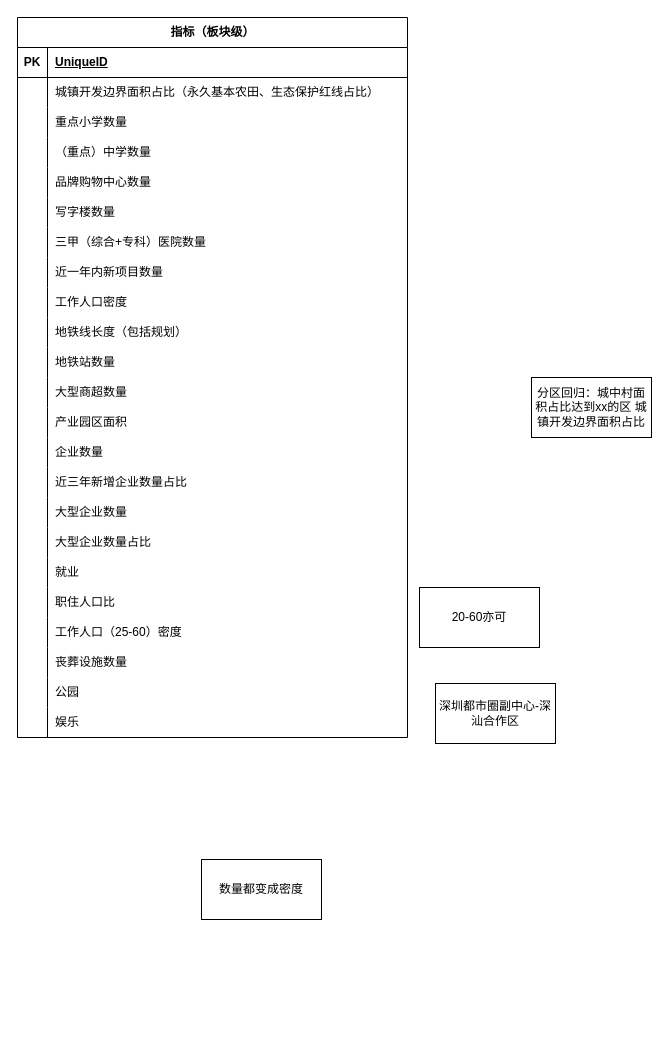
Earlier version of the draw.io diagram 未命名绘图.drawio (Claudi-cy/Shenzhen_real-estate). Source tidied: cells renumbered, new cells numbered last; positions are measured from the earlier drawing's top-left corner, leaving out a move shared by most shapes. Both pictures are drawn from the tidied source at 100%, with x=0, y=0 at pixel (17, 17).
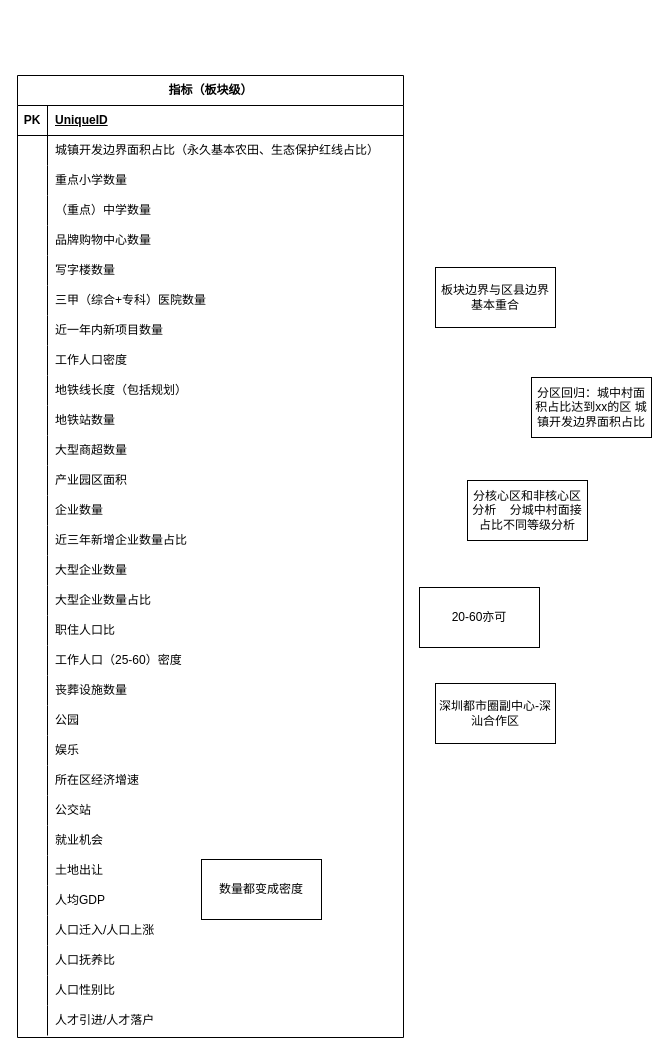
After the change.

Commit message:
更新未命名绘图.drawio

Diff of the diagram source:
```diff
@@
     <mxCell id="2" value="指标（板块级）" style="shape=table;startSize=30;childLayout=tableLayout;rowLines=0;fontStyle=1;align=center;html=1;" parent="1" vertex="1">
-      <mxGeometry width="390" height="720" as="geometry" />
+      <mxGeometry y="58" width="386" height="962" as="geometry" />
     </mxCell>
     <mxCell id="3" style="shape=tableRow;horizontal=0;startSize=0;swimlaneHead=0;swimlaneBody=0;fillColor=none;top=0;left=0;right=0;bottom=1;" parent="2" vertex="1">
-      <mxGeometry y="30" width="390" height="30" as="geometry" />
+      <mxGeometry y="30" width="386" height="30" as="geometry" />
     </mxCell>
@@
     <mxCell id="5" value="UniqueID" style="shape=partialRectangle;fillColor=none;top=0;left=0;bottom=0;right=0;align=left;spacingLeft=6;fontStyle=5;overflow=hidden;whiteSpace=wrap;html=1;" parent="3" vertex="1">
-      <mxGeometry x="30" width="360" height="30" as="geometry" />
+      <mxGeometry x="30" width="356" height="30" as="geometry" />
     </mxCell>
     <mxCell id="6" style="shape=tableRow;horizontal=0;startSize=0;swimlaneHead=0;swimlaneBody=0;fillColor=none;top=0;left=0;right=0;bottom=0;" parent="2" vertex="1">
-      <mxGeometry y="60" width="390" height="30" as="geometry" />
+      <mxGeometry y="60" width="386" height="30" as="geometry" />
     </mxCell>
@@
     <mxCell id="8" value="城镇开发边界面积占比（永久基本农田、生态保护红线占比）" style="shape=partialRectangle;fillColor=none;top=0;left=0;bottom=0;right=0;align=left;spacingLeft=6;overflow=hidden;whiteSpace=wrap;html=1;" parent="6" vertex="1">
-      <mxGeometry x="30" width="360" height="30" as="geometry" />
+      <mxGeometry x="30" width="356" height="30" as="geometry" />
     </mxCell>
     <mxCell id="9" style="shape=tableRow;horizontal=0;startSize=0;swimlaneHead=0;swimlaneBody=0;fillColor=none;top=0;left=0;right=0;bottom=0;" parent="2" vertex="1">
-      <mxGeometry y="90" width="390" height="30" as="geometry" />
+      <mxGeometry y="90" width="386" height="30" as="geometry" />
     </mxCell>
@@
     <mxCell id="11" value="重点小学数量" style="shape=partialRectangle;fillColor=none;top=0;left=0;bottom=0;right=0;align=left;spacingLeft=6;overflow=hidden;whiteSpace=wrap;html=1;" parent="9" vertex="1">
-      <mxGeometry x="30" width="360" height="30" as="geometry" />
+      <mxGeometry x="30" width="356" height="30" as="geometry" />
     </mxCell>
     <mxCell id="12" style="shape=tableRow;horizontal=0;startSize=0;swimlaneHead=0;swimlaneBody=0;fillColor=none;top=0;left=0;right=0;bottom=0;" parent="2" vertex="1">
-      <mxGeometry y="120" width="390" height="30" as="geometry" />
+      <mxGeometry y="120" width="386" height="30" as="geometry" />
     </mxCell>
@@
     <mxCell id="14" value="（重点）中学数量" style="shape=partialRectangle;fillColor=none;top=0;left=0;bottom=0;right=0;align=left;spacingLeft=6;overflow=hidden;whiteSpace=wrap;html=1;" parent="12" vertex="1">
-      <mxGeometry x="30" width="360" height="30" as="geometry" />
+      <mxGeometry x="30" width="356" height="30" as="geometry" />
     </mxCell>
     <mxCell id="15" style="shape=tableRow;horizontal=0;startSize=0;swimlaneHead=0;swimlaneBody=0;fillColor=none;top=0;left=0;right=0;bottom=0;" parent="2" vertex="1">
-      <mxGeometry y="150" width="390" height="30" as="geometry" />
+      <mxGeometry y="150" width="386" height="30" as="geometry" />
     </mxCell>
@@
     <mxCell id="17" value="品牌购物中心数量" style="shape=partialRectangle;fillColor=none;top=0;left=0;bottom=0;right=0;align=left;spacingLeft=6;overflow=hidden;whiteSpace=wrap;html=1;" parent="15" vertex="1">
-      <mxGeometry x="30" width="360" height="30" as="geometry" />
+      <mxGeometry x="30" width="356" height="30" as="geometry" />
     </mxCell>
     <mxCell id="18" style="shape=tableRow;horizontal=0;startSize=0;swimlaneHead=0;swimlaneBody=0;fillColor=none;top=0;left=0;right=0;bottom=0;" parent="2" vertex="1">
-      <mxGeometry y="180" width="390" height="30" as="geometry" />
+      <mxGeometry y="180" width="386" height="30" as="geometry" />
     </mxCell>
@@
     <mxCell id="20" value="写字楼数量" style="shape=partialRectangle;fillColor=none;top=0;left=0;bottom=0;right=0;align=left;spacingLeft=6;overflow=hidden;whiteSpace=wrap;html=1;" parent="18" vertex="1">
-      <mxGeometry x="30" width="360" height="30" as="geometry" />
+      <mxGeometry x="30" width="356" height="30" as="geometry" />
     </mxCell>
     <mxCell id="21" style="shape=tableRow;horizontal=0;startSize=0;swimlaneHead=0;swimlaneBody=0;fillColor=none;top=0;left=0;right=0;bottom=0;" parent="2" vertex="1">
-      <mxGeometry y="210" width="390" height="30" as="geometry" />
+      <mxGeometry y="210" width="386" height="30" as="geometry" />
     </mxCell>
@@
     <mxCell id="23" value="三甲（综合+专科）医院数量" style="shape=partialRectangle;fillColor=none;top=0;left=0;bottom=0;right=0;align=left;spacingLeft=6;overflow=hidden;whiteSpace=wrap;html=1;" parent="21" vertex="1">
-      <mxGeometry x="30" width="360" height="30" as="geometry" />
+      <mxGeometry x="30" width="356" height="30" as="geometry" />
     </mxCell>
     <mxCell id="24" style="shape=tableRow;horizontal=0;startSize=0;swimlaneHead=0;swimlaneBody=0;fillColor=none;top=0;left=0;right=0;bottom=0;" parent="2" vertex="1">
-      <mxGeometry y="240" width="390" height="30" as="geometry" />
+      <mxGeometry y="240" width="386" height="30" as="geometry" />
     </mxCell>
@@
     <mxCell id="26" value="近一年内新项目数量" style="shape=partialRectangle;fillColor=none;top=0;left=0;bottom=0;right=0;align=left;spacingLeft=6;overflow=hidden;whiteSpace=wrap;html=1;" parent="24" vertex="1">
-      <mxGeometry x="30" width="360" height="30" as="geometry" />
+      <mxGeometry x="30" width="356" height="30" as="geometry" />
     </mxCell>
     <mxCell id="27" style="shape=tableRow;horizontal=0;startSize=0;swimlaneHead=0;swimlaneBody=0;fillColor=none;top=0;left=0;right=0;bottom=0;" parent="2" vertex="1">
-      <mxGeometry y="270" width="390" height="30" as="geometry" />
+      <mxGeometry y="270" width="386" height="30" as="geometry" />
     </mxCell>
@@
     <mxCell id="29" value="工作人口密度" style="shape=partialRectangle;fillColor=none;top=0;left=0;bottom=0;right=0;align=left;spacingLeft=6;overflow=hidden;whiteSpace=wrap;html=1;" parent="27" vertex="1">
-      <mxGeometry x="30" width="360" height="30" as="geometry" />
+      <mxGeometry x="30" width="356" height="30" as="geometry" />
     </mxCell>
     <mxCell id="30" style="shape=tableRow;horizontal=0;startSize=0;swimlaneHead=0;swimlaneBody=0;fillColor=none;top=0;left=0;right=0;bottom=0;" parent="2" vertex="1">
-      <mxGeometry y="300" width="390" height="30" as="geometry" />
+      <mxGeometry y="300" width="386" height="30" as="geometry" />
     </mxCell>
@@
     <mxCell id="32" value="地铁线长度（包括规划）" style="shape=partialRectangle;fillColor=none;top=0;left=0;bottom=0;right=0;align=left;spacingLeft=6;overflow=hidden;whiteSpace=wrap;html=1;" parent="30" vertex="1">
-      <mxGeometry x="30" width="360" height="30" as="geometry" />
+      <mxGeometry x="30" width="356" height="30" as="geometry" />
     </mxCell>
     <mxCell id="33" style="shape=tableRow;horizontal=0;startSize=0;swimlaneHead=0;swimlaneBody=0;fillColor=none;top=0;left=0;right=0;bottom=0;" parent="2" vertex="1">
-      <mxGeometry y="330" width="390" height="30" as="geometry" />
+      <mxGeometry y="330" width="386" height="30" as="geometry" />
     </mxCell>
@@
     <mxCell id="35" value="地铁站数量" style="shape=partialRectangle;fillColor=none;top=0;left=0;bottom=0;right=0;align=left;spacingLeft=6;overflow=hidden;whiteSpace=wrap;html=1;" parent="33" vertex="1">
-      <mxGeometry x="30" width="360" height="30" as="geometry" />
+      <mxGeometry x="30" width="356" height="30" as="geometry" />
     </mxCell>
     <mxCell id="36" style="shape=tableRow;horizontal=0;startSize=0;swimlaneHead=0;swimlaneBody=0;fillColor=none;top=0;left=0;right=0;bottom=0;" parent="2" vertex="1">
-      <mxGeometry y="360" width="390" height="30" as="geometry" />
+      <mxGeometry y="360" width="386" height="30" as="geometry" />
     </mxCell>
@@
     <mxCell id="38" value="大型商超数量" style="shape=partialRectangle;fillColor=none;top=0;left=0;bottom=0;right=0;align=left;spacingLeft=6;overflow=hidden;whiteSpace=wrap;html=1;" parent="36" vertex="1">
-      <mxGeometry x="30" width="360" height="30" as="geometry" />
+      <mxGeometry x="30" width="356" height="30" as="geometry" />
     </mxCell>
     <mxCell id="39" style="shape=tableRow;horizontal=0;startSize=0;swimlaneHead=0;swimlaneBody=0;fillColor=none;top=0;left=0;right=0;bottom=0;" parent="2" vertex="1">
-      <mxGeometry y="390" width="390" height="30" as="geometry" />
+      <mxGeometry y="390" width="386" height="30" as="geometry" />
     </mxCell>
@@
     <mxCell id="41" value="产业园区面积" style="shape=partialRectangle;fillColor=none;top=0;left=0;bottom=0;right=0;align=left;spacingLeft=6;overflow=hidden;whiteSpace=wrap;html=1;" parent="39" vertex="1">
-      <mxGeometry x="30" width="360" height="30" as="geometry" />
+      <mxGeometry x="30" width="356" height="30" as="geometry" />
     </mxCell>
     <mxCell id="42" style="shape=tableRow;horizontal=0;startSize=0;swimlaneHead=0;swimlaneBody=0;fillColor=none;top=0;left=0;right=0;bottom=0;" parent="2" vertex="1">
-      <mxGeometry y="420" width="390" height="30" as="geometry" />
+      <mxGeometry y="420" width="386" height="30" as="geometry" />
     </mxCell>
@@
     <mxCell id="44" value="企业数量" style="shape=partialRectangle;fillColor=none;top=0;left=0;bottom=0;right=0;align=left;spacingLeft=6;overflow=hidden;whiteSpace=wrap;html=1;" parent="42" vertex="1">
-      <mxGeometry x="30" width="360" height="30" as="geometry" />
+      <mxGeometry x="30" width="356" height="30" as="geometry" />
     </mxCell>
     <mxCell id="45" style="shape=tableRow;horizontal=0;startSize=0;swimlaneHead=0;swimlaneBody=0;fillColor=none;top=0;left=0;right=0;bottom=0;" parent="2" vertex="1">
-      <mxGeometry y="450" width="390" height="30" as="geometry" />
+      <mxGeometry y="450" width="386" height="30" as="geometry" />
     </mxCell>
@@
     <mxCell id="47" value="近三年新增企业数量占比" style="shape=partialRectangle;fillColor=none;top=0;left=0;bottom=0;right=0;align=left;spacingLeft=6;overflow=hidden;whiteSpace=wrap;html=1;" parent="45" vertex="1">
-      <mxGeometry x="30" width="360" height="30" as="geometry" />
+      <mxGeometry x="30" width="356" height="30" as="geometry" />
     </mxCell>
     <mxCell id="48" style="shape=tableRow;horizontal=0;startSize=0;swimlaneHead=0;swimlaneBody=0;fillColor=none;top=0;left=0;right=0;bottom=0;" parent="2" vertex="1">
-      <mxGeometry y="480" width="390" height="30" as="geometry" />
+      <mxGeometry y="480" width="386" height="30" as="geometry" />
     </mxCell>
@@
     <mxCell id="50" value="大型企业数量" style="shape=partialRectangle;fillColor=none;top=0;left=0;bottom=0;right=0;align=left;spacingLeft=6;overflow=hidden;whiteSpace=wrap;html=1;" parent="48" vertex="1">
-      <mxGeometry x="30" width="360" height="30" as="geometry" />
+      <mxGeometry x="30" width="356" height="30" as="geometry" />
     </mxCell>
     <mxCell id="51" style="shape=tableRow;horizontal=0;startSize=0;swimlaneHead=0;swimlaneBody=0;fillColor=none;top=0;left=0;right=0;bottom=0;" parent="2" vertex="1">
-      <mxGeometry y="510" width="390" height="30" as="geometry" />
+      <mxGeometry y="510" width="386" height="30" as="geometry" />
     </mxCell>
@@
     <mxCell id="53" value="大型企业数量占比" style="shape=partialRectangle;fillColor=none;top=0;left=0;bottom=0;right=0;align=left;spacingLeft=6;overflow=hidden;whiteSpace=wrap;html=1;" parent="51" vertex="1">
-      <mxGeometry x="30" width="360" height="30" as="geometry" />
+      <mxGeometry x="30" width="356" height="30" as="geometry" />
     </mxCell>
-    <mxCell id="54" style="shape=tableRow;horizontal=0;startSize=0;swimlaneHead=0;swimlaneBody=0;fillColor=none;top=0;left=0;right=0;bottom=0;" parent="2" vertex="1">
-      <mxGeometry y="540" width="390" height="30" as="geometry" />
-    </mxCell>
-    <mxCell id="55" style="shape=partialRectangle;fillColor=none;top=0;left=0;bottom=0;right=0;overflow=hidden;whiteSpace=wrap;html=1;" parent="54" vertex="1">
-      <mxGeometry width="30" height="30" as="geometry" />
-    </mxCell>
-    <mxCell id="56" value="就业" style="shape=partialRectangle;fillColor=none;top=0;left=0;bottom=0;right=0;align=left;spacingLeft=6;overflow=hidden;whiteSpace=wrap;html=1;" parent="54" vertex="1">
-      <mxGeometry x="30" width="360" height="30" as="geometry" />
-    </mxCell>
     <mxCell id="57" style="shape=tableRow;horizontal=0;startSize=0;swimlaneHead=0;swimlaneBody=0;fillColor=none;top=0;left=0;right=0;bottom=0;" parent="2" vertex="1">
-      <mxGeometry y="570" width="390" height="30" as="geometry" />
+      <mxGeometry y="540" width="386" height="30" as="geometry" />
     </mxCell>
@@
     <mxCell id="59" value="职住人口比" style="shape=partialRectangle;fillColor=none;top=0;left=0;bottom=0;right=0;align=left;spacingLeft=6;overflow=hidden;whiteSpace=wrap;html=1;" parent="57" vertex="1">
-      <mxGeometry x="30" width="360" height="30" as="geometry" />
+      <mxGeometry x="30" width="356" height="30" as="geometry" />
     </mxCell>
     <mxCell id="60" style="shape=tableRow;horizontal=0;startSize=0;swimlaneHead=0;swimlaneBody=0;fillColor=none;top=0;left=0;right=0;bottom=0;" parent="2" vertex="1">
-      <mxGeometry y="600" width="390" height="30" as="geometry" />
+      <mxGeometry y="570" width="386" height="30" as="geometry" />
     </mxCell>
@@
     <mxCell id="62" value="工作人口（25-60）密度" style="shape=partialRectangle;fillColor=none;top=0;left=0;bottom=0;right=0;align=left;spacingLeft=6;overflow=hidden;whiteSpace=wrap;html=1;" parent="60" vertex="1">
-      <mxGeometry x="30" width="360" height="30" as="geometry" />
+      <mxGeometry x="30" width="356" height="30" as="geometry" />
     </mxCell>
     <mxCell id="63" style="shape=tableRow;horizontal=0;startSize=0;swimlaneHead=0;swimlaneBody=0;fillColor=none;top=0;left=0;right=0;bottom=0;" parent="2" vertex="1">
-      <mxGeometry y="630" width="390" height="30" as="geometry" />
+      <mxGeometry y="600" width="386" height="30" as="geometry" />
     </mxCell>
@@
     <mxCell id="65" value="丧葬设施数量" style="shape=partialRectangle;fillColor=none;top=0;left=0;bottom=0;right=0;align=left;spacingLeft=6;overflow=hidden;whiteSpace=wrap;html=1;" parent="63" vertex="1">
-      <mxGeometry x="30" width="360" height="30" as="geometry" />
+      <mxGeometry x="30" width="356" height="30" as="geometry" />
     </mxCell>
     <mxCell id="66" style="shape=tableRow;horizontal=0;startSize=0;swimlaneHead=0;swimlaneBody=0;fillColor=none;top=0;left=0;right=0;bottom=0;" parent="2" vertex="1">
-      <mxGeometry y="660" width="390" height="30" as="geometry" />
+      <mxGeometry y="630" width="386" height="30" as="geometry" />
     </mxCell>
@@
     <mxCell id="68" value="公园" style="shape=partialRectangle;fillColor=none;top=0;left=0;bottom=0;right=0;align=left;spacingLeft=6;overflow=hidden;whiteSpace=wrap;html=1;" parent="66" vertex="1">
-      <mxGeometry x="30" width="360" height="30" as="geometry" />
+      <mxGeometry x="30" width="356" height="30" as="geometry" />
     </mxCell>
     <mxCell id="69" style="shape=tableRow;horizontal=0;startSize=0;swimlaneHead=0;swimlaneBody=0;fillColor=none;top=0;left=0;right=0;bottom=0;" parent="2" vertex="1">
-      <mxGeometry y="690" width="390" height="30" as="geometry" />
+      <mxGeometry y="660" width="386" height="30" as="geometry" />
     </mxCell>
@@
     <mxCell id="71" value="娱乐" style="shape=partialRectangle;fillColor=none;top=0;left=0;bottom=0;right=0;align=left;spacingLeft=6;overflow=hidden;whiteSpace=wrap;html=1;" parent="69" vertex="1">
-      <mxGeometry x="30" width="360" height="30" as="geometry" />
+      <mxGeometry x="30" width="356" height="30" as="geometry" />
     </mxCell>
+    <mxCell id="76" style="shape=tableRow;horizontal=0;startSize=0;swimlaneHead=0;swimlaneBody=0;fillColor=none;top=0;left=0;right=0;bottom=0;" parent="2" vertex="1">
+      <mxGeometry y="690" width="386" height="30" as="geometry" />
+    </mxCell>
+    <mxCell id="77" style="shape=partialRectangle;fillColor=none;top=0;left=0;bottom=0;right=0;overflow=hidden;whiteSpace=wrap;html=1;" parent="76" vertex="1">
+      <mxGeometry width="30" height="30" as="geometry" />
+    </mxCell>
+    <mxCell id="78" value="所在区经济增速" style="shape=partialRectangle;fillColor=none;top=0;left=0;bottom=0;right=0;align=left;spacingLeft=6;overflow=hidden;whiteSpace=wrap;html=1;" parent="76" vertex="1">
+      <mxGeometry x="30" width="356" height="30" as="geometry" />
+    </mxCell>
+    <mxCell id="79" style="shape=tableRow;horizontal=0;startSize=0;swimlaneHead=0;swimlaneBody=0;fillColor=none;top=0;left=0;right=0;bottom=0;" parent="2" vertex="1">
+      <mxGeometry y="720" width="386" height="30" as="geometry" />
+    </mxCell>
+    <mxCell id="80" style="shape=partialRectangle;fillColor=none;top=0;left=0;bottom=0;right=0;overflow=hidden;whiteSpace=wrap;html=1;" parent="79" vertex="1">
+      <mxGeometry width="30" height="30" as="geometry" />
+    </mxCell>
+    <mxCell id="81" value="公交站" style="shape=partialRectangle;fillColor=none;top=0;left=0;bottom=0;right=0;align=left;spacingLeft=6;overflow=hidden;whiteSpace=wrap;html=1;" parent="79" vertex="1">
+      <mxGeometry x="30" width="356" height="30" as="geometry" />
+    </mxCell>
+    <mxCell id="82" style="shape=tableRow;horizontal=0;startSize=0;swimlaneHead=0;swimlaneBody=0;fillColor=none;top=0;left=0;right=0;bottom=0;" parent="2" vertex="1">
+      <mxGeometry y="750" width="386" height="30" as="geometry" />
+    </mxCell>
+    <mxCell id="83" style="shape=partialRectangle;fillColor=none;top=0;left=0;bottom=0;right=0;overflow=hidden;whiteSpace=wrap;html=1;" parent="82" vertex="1">
+      <mxGeometry width="30" height="30" as="geometry" />
+    </mxCell>
+    <mxCell id="84" value="就业机会" style="shape=partialRectangle;fillColor=none;top=0;left=0;bottom=0;right=0;align=left;spacingLeft=6;overflow=hidden;whiteSpace=wrap;html=1;" parent="82" vertex="1">
+      <mxGeometry x="30" width="356" height="30" as="geometry" />
+    </mxCell>
+    <mxCell id="85" style="shape=tableRow;horizontal=0;startSize=0;swimlaneHead=0;swimlaneBody=0;fillColor=none;top=0;left=0;right=0;bottom=0;" parent="2" vertex="1">
+      <mxGeometry y="780" width="386" height="30" as="geometry" />
+    </mxCell>
+    <mxCell id="86" style="shape=partialRectangle;fillColor=none;top=0;left=0;bottom=0;right=0;overflow=hidden;whiteSpace=wrap;html=1;" parent="85" vertex="1">
+      <mxGeometry width="30" height="30" as="geometry" />
+    </mxCell>
+    <mxCell id="87" value="土地出让" style="shape=partialRectangle;fillColor=none;top=0;left=0;bottom=0;right=0;align=left;spacingLeft=6;overflow=hidden;whiteSpace=wrap;html=1;" parent="85" vertex="1">
+      <mxGeometry x="30" width="356" height="30" as="geometry" />
+    </mxCell>
+    <mxCell id="88" style="shape=tableRow;horizontal=0;startSize=0;swimlaneHead=0;swimlaneBody=0;fillColor=none;top=0;left=0;right=0;bottom=0;" parent="2" vertex="1">
+      <mxGeometry y="810" width="386" height="30" as="geometry" />
+    </mxCell>
+    <mxCell id="89" style="shape=partialRectangle;fillColor=none;top=0;left=0;bottom=0;right=0;overflow=hidden;whiteSpace=wrap;html=1;" parent="88" vertex="1">
+      <mxGeometry width="30" height="30" as="geometry" />
+    </mxCell>
+    <mxCell id="90" value="人均GDP" style="shape=partialRectangle;fillColor=none;top=0;left=0;bottom=0;right=0;align=left;spacingLeft=6;overflow=hidden;whiteSpace=wrap;html=1;" parent="88" vertex="1">
+      <mxGeometry x="30" width="356" height="30" as="geometry" />
+    </mxCell>
+    <mxCell id="91" style="shape=tableRow;horizontal=0;startSize=0;swimlaneHead=0;swimlaneBody=0;fillColor=none;top=0;left=0;right=0;bottom=0;" parent="2" vertex="1">
+      <mxGeometry y="840" width="386" height="30" as="geometry" />
+    </mxCell>
+    <mxCell id="92" style="shape=partialRectangle;fillColor=none;top=0;left=0;bottom=0;right=0;overflow=hidden;whiteSpace=wrap;html=1;" parent="91" vertex="1">
+      <mxGeometry width="30" height="30" as="geometry" />
+    </mxCell>
+    <mxCell id="93" value="人口迁入/人口上涨" style="shape=partialRectangle;fillColor=none;top=0;left=0;bottom=0;right=0;align=left;spacingLeft=6;overflow=hidden;whiteSpace=wrap;html=1;" parent="91" vertex="1">
+      <mxGeometry x="30" width="356" height="30" as="geometry" />
+    </mxCell>
+    <mxCell id="94" style="shape=tableRow;horizontal=0;startSize=0;swimlaneHead=0;swimlaneBody=0;fillColor=none;top=0;left=0;right=0;bottom=0;" parent="2" vertex="1">
+      <mxGeometry y="870" width="386" height="30" as="geometry" />
+    </mxCell>
+    <mxCell id="95" style="shape=partialRectangle;fillColor=none;top=0;left=0;bottom=0;right=0;overflow=hidden;whiteSpace=wrap;html=1;" parent="94" vertex="1">
+      <mxGeometry width="30" height="30" as="geometry" />
+    </mxCell>
+    <mxCell id="96" value="人口抚养比" style="shape=partialRectangle;fillColor=none;top=0;left=0;bottom=0;right=0;align=left;spacingLeft=6;overflow=hidden;whiteSpace=wrap;html=1;" parent="94" vertex="1">
+      <mxGeometry x="30" width="356" height="30" as="geometry" />
+    </mxCell>
+    <mxCell id="97" style="shape=tableRow;horizontal=0;startSize=0;swimlaneHead=0;swimlaneBody=0;fillColor=none;top=0;left=0;right=0;bottom=0;" parent="2" vertex="1">
+      <mxGeometry y="900" width="386" height="30" as="geometry" />
+    </mxCell>
+    <mxCell id="98" style="shape=partialRectangle;fillColor=none;top=0;left=0;bottom=0;right=0;overflow=hidden;whiteSpace=wrap;html=1;" parent="97" vertex="1">
+      <mxGeometry width="30" height="30" as="geometry" />
+    </mxCell>
+    <mxCell id="99" value="人口性别比" style="shape=partialRectangle;fillColor=none;top=0;left=0;bottom=0;right=0;align=left;spacingLeft=6;overflow=hidden;whiteSpace=wrap;html=1;" parent="97" vertex="1">
+      <mxGeometry x="30" width="356" height="30" as="geometry" />
+    </mxCell>
+    <mxCell id="100" style="shape=tableRow;horizontal=0;startSize=0;swimlaneHead=0;swimlaneBody=0;fillColor=none;top=0;left=0;right=0;bottom=0;" parent="2" vertex="1">
+      <mxGeometry y="930" width="386" height="30" as="geometry" />
+    </mxCell>
+    <mxCell id="101" style="shape=partialRectangle;fillColor=none;top=0;left=0;bottom=0;right=0;overflow=hidden;whiteSpace=wrap;html=1;" parent="100" vertex="1">
+      <mxGeometry width="30" height="30" as="geometry" />
+    </mxCell>
+    <mxCell id="102" value="人才引进/人才落户" style="shape=partialRectangle;fillColor=none;top=0;left=0;bottom=0;right=0;align=left;spacingLeft=6;overflow=hidden;whiteSpace=wrap;html=1;" parent="100" vertex="1">
+      <mxGeometry x="30" width="356" height="30" as="geometry" />
+    </mxCell>
@@
+    <mxCell id="103" value="板块边界与区县边界基本重合" style="rounded=0;whiteSpace=wrap;html=1;" parent="1" vertex="1">
+      <mxGeometry x="418" y="250" width="120" height="60" as="geometry" />
+    </mxCell>
+    <mxCell id="104" value="分核心区和非核心区分析&amp;nbsp; &amp;nbsp; 分城中村面接占比不同等级分析" style="rounded=0;whiteSpace=wrap;html=1;" parent="1" vertex="1">
+      <mxGeometry x="450" y="463" width="120" height="60" as="geometry" />
+    </mxCell>
```
